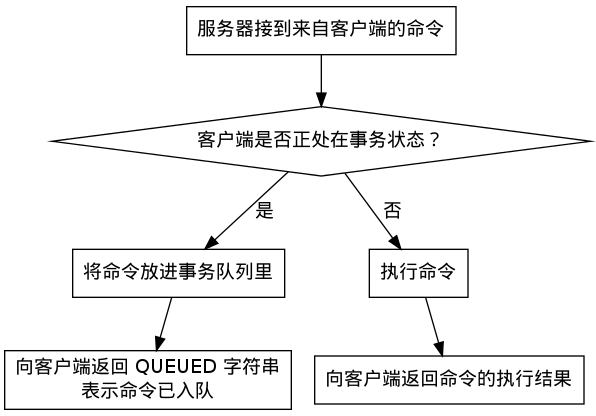
The Graphviz diagram feature/image/enqueue.png in huangzworks/redisbook, before a commit. Its source is kept beside it as feature/image/enqueue.dot. Its diagram source:
```dot
digraph enqueue {

    node [shape = record];

    command_in [label = "服务器接到来自客户端的命令"];

    in_transaction_or_not [label = "客户端是否正处在事务状态？", shape = diamond];

    enqueu_command [label = "将命令放进事务队列里"];

    return_enqueued [label = "向客户端返回 QUEUED 字符串\n表示命令已入队"];

    exec_command [label = "执行命令"];

    return_command_result [label = "向客户端返回命令的执行结果"];


    command_in -> in_transaction_or_not;

    in_transaction_or_not -> enqueu_command [label = "是"];

    in_transaction_or_not -> exec_command [label = "否"];

    exec_command -> return_command_result;

    enqueu_command -> return_enqueued;
}
```
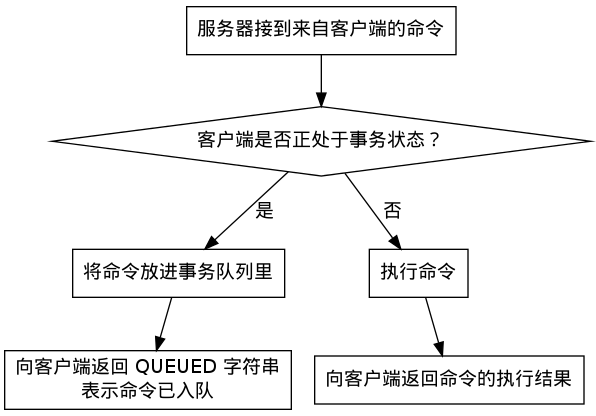
Later version of the same file.

Change to the diagram source:
```diff
@@ -4,7 +4,7 @@
 
     command_in [label = "服务器接到来自客户端的命令"];
 
-    in_transaction_or_not [label = "客户端是否正处在事务状态？", shape = diamond];
+    in_transaction_or_not [label = "客户端是否正处于事务状态？", shape = diamond];
 
     enqueu_command [label = "将命令放进事务队列里"];
 
```
